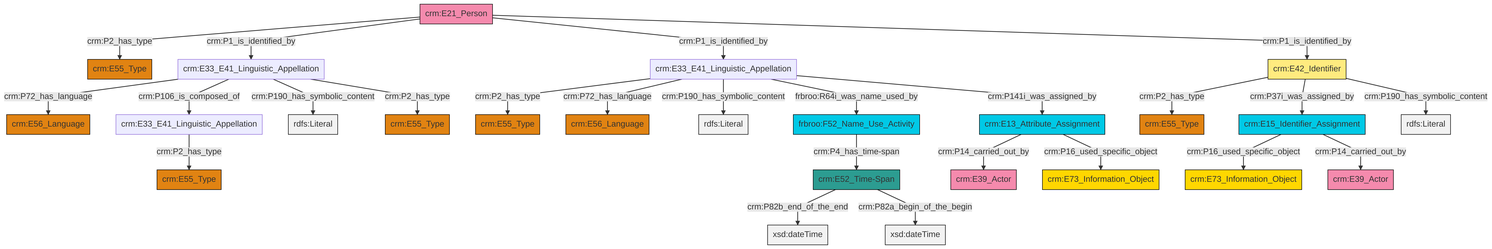
The Mermaid diagram et/personCSV/ttl/mmd/png/Person_Names_and_Classification.png in swiss-art-research-net/reference-data-models, before a commit. Its source is kept beside it as et/personCSV/ttl/mmd/Person_Names_and_Classification.ttl.mmd.
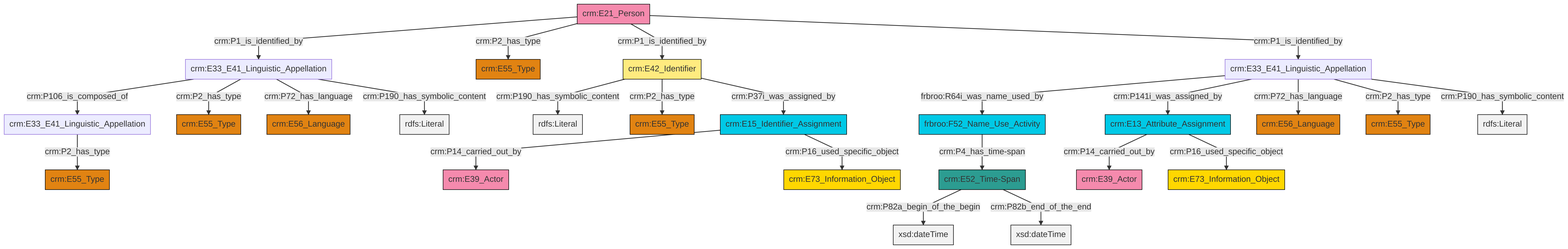
After the commit.

What changed in the source:
```diff
@@ -13,27 +13,27 @@
 classDef PC_Classes fill:#4ce600, stroke:#000000;
 classDef Multi fill:#cccccc,stroke:#000000;
 
-4["crm:E33_E41_Linguistic_Appellation"]:::Default -->|crm:P2_has_type| 5["crm:E55_Type"]:::Type
-11["crm:E21_Person"]:::Actor -->|crm:P2_has_type| 7["crm:E55_Type"]:::Type
-14["crm:E42_Identifier"]:::Appellation -->|crm:P2_has_type| 15["crm:E55_Type"]:::Type
-22["crm:E52_Time-Span"]:::Time-Span -->|crm:P82b_end_of_the_end| 23[xsd:dateTime]:::Literal
-9["crm:E33_E41_Linguistic_Appellation"]:::Default -->|crm:P2_has_type| 0["crm:E55_Type"]:::Type
-16["crm:E33_E41_Linguistic_Appellation"]:::Default -->|crm:P72_has_language| 18["crm:E56_Language"]:::Type
-11["crm:E21_Person"]:::Actor -->|crm:P1_is_identified_by| 16["crm:E33_E41_Linguistic_Appellation"]:::Default
-16["crm:E33_E41_Linguistic_Appellation"]:::Default -->|crm:P106_is_composed_of| 9["crm:E33_E41_Linguistic_Appellation"]:::Default
-34["crm:E13_Attribute_Assignment"]:::Temporal_Entity -->|crm:P14_carried_out_by| 32["crm:E39_Actor"]:::Actor
-2["crm:E15_Identifier_Assignment"]:::Temporal_Entity -->|crm:P16_used_specific_object| 20["crm:E73_Information_Object"]:::Conceptual_Object
-4["crm:E33_E41_Linguistic_Appellation"]:::Default -->|crm:P72_has_language| 35["crm:E56_Language"]:::Type
-14["crm:E42_Identifier"]:::Appellation -->|crm:P37i_was_assigned_by| 2["crm:E15_Identifier_Assignment"]:::Temporal_Entity
-4["crm:E33_E41_Linguistic_Appellation"]:::Default -->|crm:P190_has_symbolic_content| 37[rdfs:Literal]:::Literal
-4["crm:E33_E41_Linguistic_Appellation"]:::Default -->|frbroo:R64i_was_name_used_by| 24["frbroo:F52_Name_Use_Activity"]:::Temporal_Entity
-22["crm:E52_Time-Span"]:::Time-Span -->|crm:P82a_begin_of_the_begin| 41[xsd:dateTime]:::Literal
-14["crm:E42_Identifier"]:::Appellation -->|crm:P190_has_symbolic_content| 42[rdfs:Literal]:::Literal
-24["frbroo:F52_Name_Use_Activity"]:::Temporal_Entity -->|crm:P4_has_time-span| 22["crm:E52_Time-Span"]:::Time-Span
-16["crm:E33_E41_Linguistic_Appellation"]:::Default -->|crm:P190_has_symbolic_content| 43[rdfs:Literal]:::Literal
-34["crm:E13_Attribute_Assignment"]:::Temporal_Entity -->|crm:P16_used_specific_object| 12["crm:E73_Information_Object"]:::Conceptual_Object
-16["crm:E33_E41_Linguistic_Appellation"]:::Default -->|crm:P2_has_type| 26["crm:E55_Type"]:::Type
-11["crm:E21_Person"]:::Actor -->|crm:P1_is_identified_by| 4["crm:E33_E41_Linguistic_Appellation"]:::Default
-2["crm:E15_Identifier_Assignment"]:::Temporal_Entity -->|crm:P14_carried_out_by| 28["crm:E39_Actor"]:::Actor
-4["crm:E33_E41_Linguistic_Appellation"]:::Default -->|crm:P141i_was_assigned_by| 34["crm:E13_Attribute_Assignment"]:::Temporal_Entity
-11["crm:E21_Person"]:::Actor -->|crm:P1_is_identified_by| 14["crm:E42_Identifier"]:::Appellation
+0["crm:E33_E41_Linguistic_Appellation"]:::Default -->|crm:P106_is_composed_of| 1["crm:E33_E41_Linguistic_Appellation"]:::Default
+0["crm:E33_E41_Linguistic_Appellation"]:::Default -->|crm:P2_has_type| 2["crm:E55_Type"]:::Type
+3["crm:E15_Identifier_Assignment"]:::Temporal_Entity -->|crm:P14_carried_out_by| 5["crm:E39_Actor"]:::Actor
+8["frbroo:F52_Name_Use_Activity"]:::Temporal_Entity -->|crm:P4_has_time-span| 9["crm:E52_Time-Span"]:::Time-Span
+9["crm:E52_Time-Span"]:::Time-Span -->|crm:P82a_begin_of_the_begin| 10[xsd:dateTime]:::Literal
+0["crm:E33_E41_Linguistic_Appellation"]:::Default -->|crm:P72_has_language| 12["crm:E56_Language"]:::Type
+13["crm:E33_E41_Linguistic_Appellation"]:::Default -->|frbroo:R64i_was_name_used_by| 8["frbroo:F52_Name_Use_Activity"]:::Temporal_Entity
+13["crm:E33_E41_Linguistic_Appellation"]:::Default -->|crm:P141i_was_assigned_by| 14["crm:E13_Attribute_Assignment"]:::Temporal_Entity
+17["crm:E42_Identifier"]:::Appellation -->|crm:P190_has_symbolic_content| 18[rdfs:Literal]:::Literal
+17["crm:E42_Identifier"]:::Appellation -->|crm:P2_has_type| 21["crm:E55_Type"]:::Type
+17["crm:E42_Identifier"]:::Appellation -->|crm:P37i_was_assigned_by| 3["crm:E15_Identifier_Assignment"]:::Temporal_Entity
+15["crm:E21_Person"]:::Actor -->|crm:P1_is_identified_by| 0["crm:E33_E41_Linguistic_Appellation"]:::Default
+14["crm:E13_Attribute_Assignment"]:::Temporal_Entity -->|crm:P14_carried_out_by| 28["crm:E39_Actor"]:::Actor
+0["crm:E33_E41_Linguistic_Appellation"]:::Default -->|crm:P190_has_symbolic_content| 31[rdfs:Literal]:::Literal
+13["crm:E33_E41_Linguistic_Appellation"]:::Default -->|crm:P72_has_language| 35["crm:E56_Language"]:::Type
+15["crm:E21_Person"]:::Actor -->|crm:P2_has_type| 6["crm:E55_Type"]:::Type
+3["crm:E15_Identifier_Assignment"]:::Temporal_Entity -->|crm:P16_used_specific_object| 23["crm:E73_Information_Object"]:::Conceptual_Object
+13["crm:E33_E41_Linguistic_Appellation"]:::Default -->|crm:P2_has_type| 19["crm:E55_Type"]:::Type
+1["crm:E33_E41_Linguistic_Appellation"]:::Default -->|crm:P2_has_type| 26["crm:E55_Type"]:::Type
+9["crm:E52_Time-Span"]:::Time-Span -->|crm:P82b_end_of_the_end| 40[xsd:dateTime]:::Literal
+15["crm:E21_Person"]:::Actor -->|crm:P1_is_identified_by| 17["crm:E42_Identifier"]:::Appellation
+13["crm:E33_E41_Linguistic_Appellation"]:::Default -->|crm:P190_has_symbolic_content| 45[rdfs:Literal]:::Literal
+15["crm:E21_Person"]:::Actor -->|crm:P1_is_identified_by| 13["crm:E33_E41_Linguistic_Appellation"]:::Default
+14["crm:E13_Attribute_Assignment"]:::Temporal_Entity -->|crm:P16_used_specific_object| 38["crm:E73_Information_Object"]:::Conceptual_Object
```
